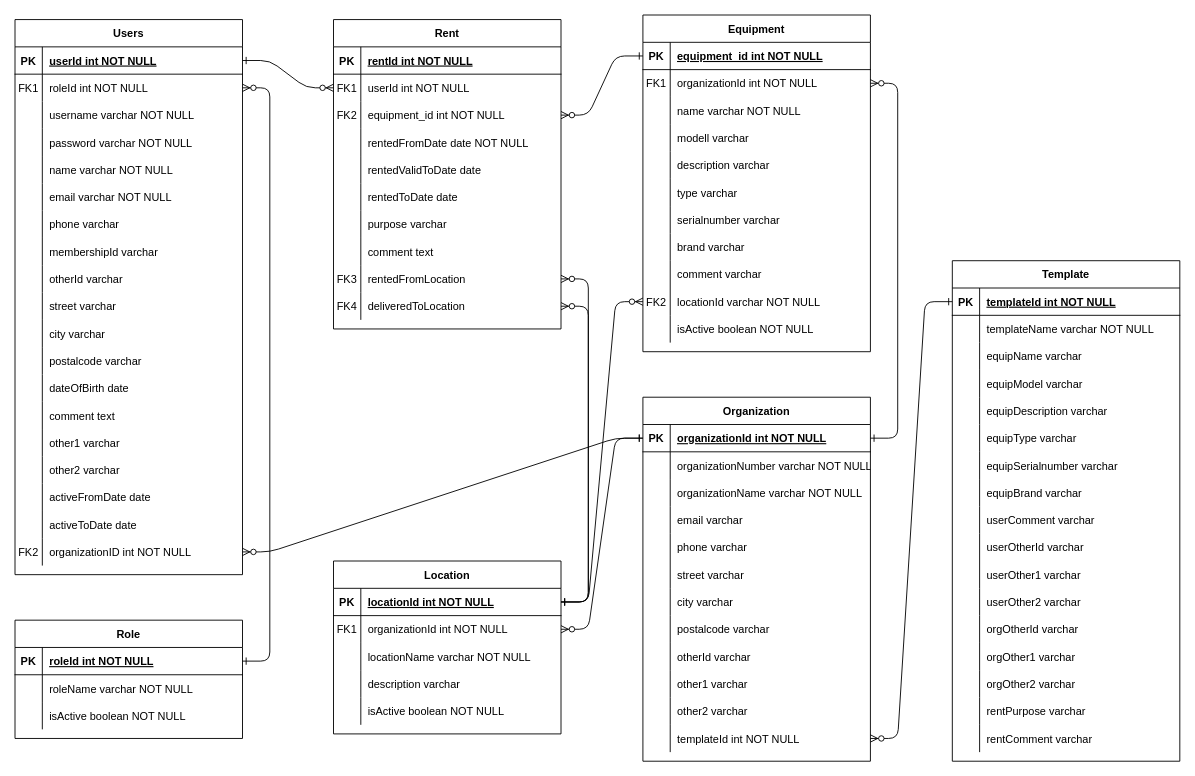
The draw.io diagram Database.drawio in roarengen/equiplib, before the edit. Source tidied: cells renumbered, new cells numbered last; positions are measured from the earlier drawing's top-left corner, leaving out a move shared by most shapes. Both pictures are drawn from the tidied source at 91%, with x=0, y=0 at pixel (15, 15).
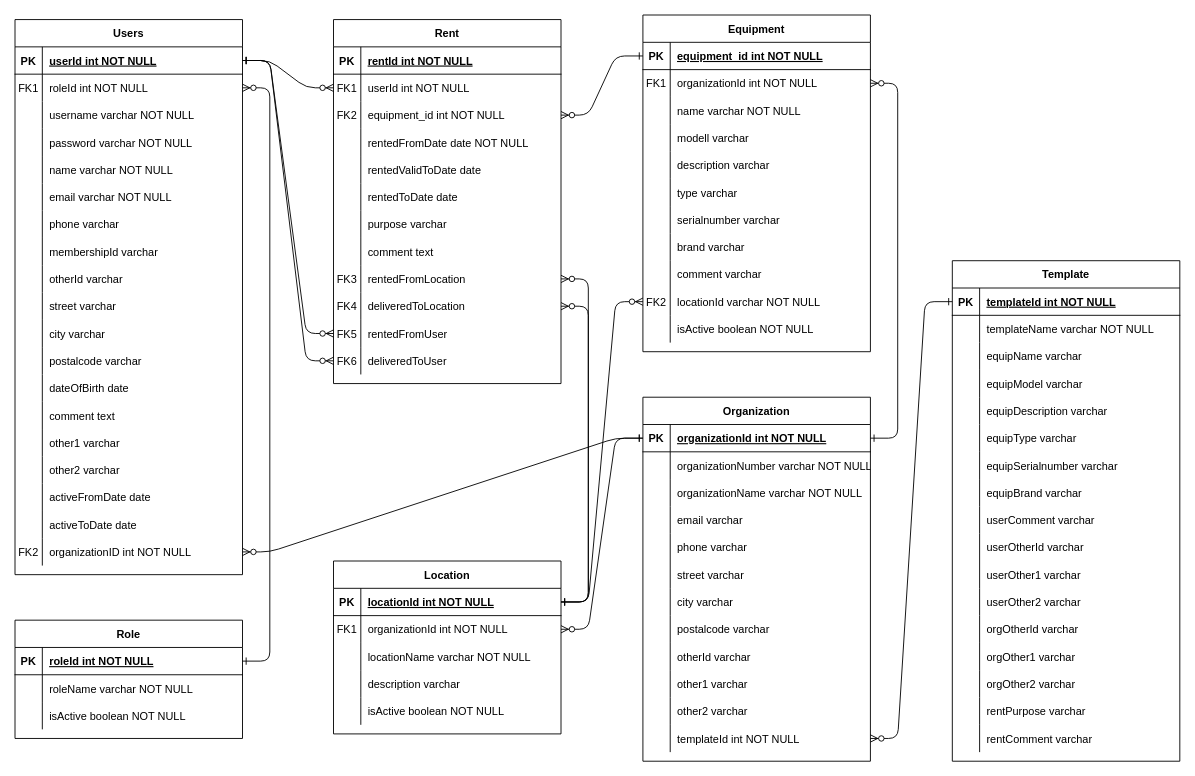
Above is the later version.

Commit message:
Added user field in Rent table

Unchanged cells that the change refers to:
```xml
<mxCell id="5" style="shape=partialRectangle;fillColor=none;points=[[0,0.5],[1,0.5]];portConstraint=eastwest;top=0;left=0;right=0;bottom=1;" parent="4" vertex="1">
  <mxGeometry y="30" width="250" height="30" as="geometry" />
</mxCell>
```

The edit, as a diff of the source:
```diff
@@
     <mxCell id="62" value="Rent" style="shape=table;startSize=30;childLayout=tableLayout;rowLines=0;fontStyle=1;align=center;" parent="1" vertex="1">
-      <mxGeometry x="350" y="5" width="250" height="340" as="geometry" />
+      <mxGeometry x="350" y="5" width="250" height="400" as="geometry" />
     </mxCell>
@@
+    <mxCell id="250" style="shape=partialRectangle;fillColor=none;points=[[0,0.5],[1,0.5]];portConstraint=eastwest;top=0;left=0;right=0;bottom=0;" parent="62" vertex="1">
+      <mxGeometry y="330" width="250" height="30" as="geometry" />
+    </mxCell>
+    <mxCell id="251" value="FK5" style="shape=partialRectangle;overflow=hidden;fillColor=none;top=0;left=0;bottom=0;right=0;" parent="250" vertex="1">
+      <mxGeometry width="30" height="30" as="geometry" />
+    </mxCell>
+    <mxCell id="252" value="rentedFromUser" style="shape=partialRectangle;overflow=hidden;fillColor=none;top=0;left=0;bottom=0;right=0;align=left;spacingLeft=6;" parent="250" vertex="1">
+      <mxGeometry x="30" width="220" height="30" as="geometry" />
+    </mxCell>
+    <mxCell id="253" style="shape=partialRectangle;fillColor=none;points=[[0,0.5],[1,0.5]];portConstraint=eastwest;top=0;left=0;right=0;bottom=0;" parent="62" vertex="1">
+      <mxGeometry y="360" width="250" height="30" as="geometry" />
+    </mxCell>
+    <mxCell id="254" value="FK6" style="shape=partialRectangle;overflow=hidden;fillColor=none;top=0;left=0;bottom=0;right=0;" parent="253" vertex="1">
+      <mxGeometry width="30" height="30" as="geometry" />
+    </mxCell>
+    <mxCell id="255" value="deliveredToUser" style="shape=partialRectangle;overflow=hidden;fillColor=none;top=0;left=0;bottom=0;right=0;align=left;spacingLeft=6;" parent="253" vertex="1">
+      <mxGeometry x="30" width="220" height="30" as="geometry" />
+    </mxCell>
@@
+    <mxCell id="256" style="edgeStyle=entityRelationEdgeStyle;endArrow=ERzeroToMany;startArrow=ERone;endFill=1;startFill=0;exitX=1;exitY=0.5;exitDx=0;exitDy=0;entryX=0;entryY=0.5;entryDx=0;entryDy=0;" parent="1" edge="1" source="5" target="250">
+      <mxGeometry relative="1" as="geometry" />
+    </mxCell>
+    <mxCell id="257" style="edgeStyle=entityRelationEdgeStyle;endArrow=ERzeroToMany;startArrow=ERone;endFill=1;startFill=0;entryX=0;entryY=0.5;entryDx=0;entryDy=0;" parent="1" edge="1" target="253">
+      <mxGeometry relative="1" as="geometry">
+        <mxPoint x="250" y="50" as="sourcePoint" />
+      </mxGeometry>
+    </mxCell>
```
